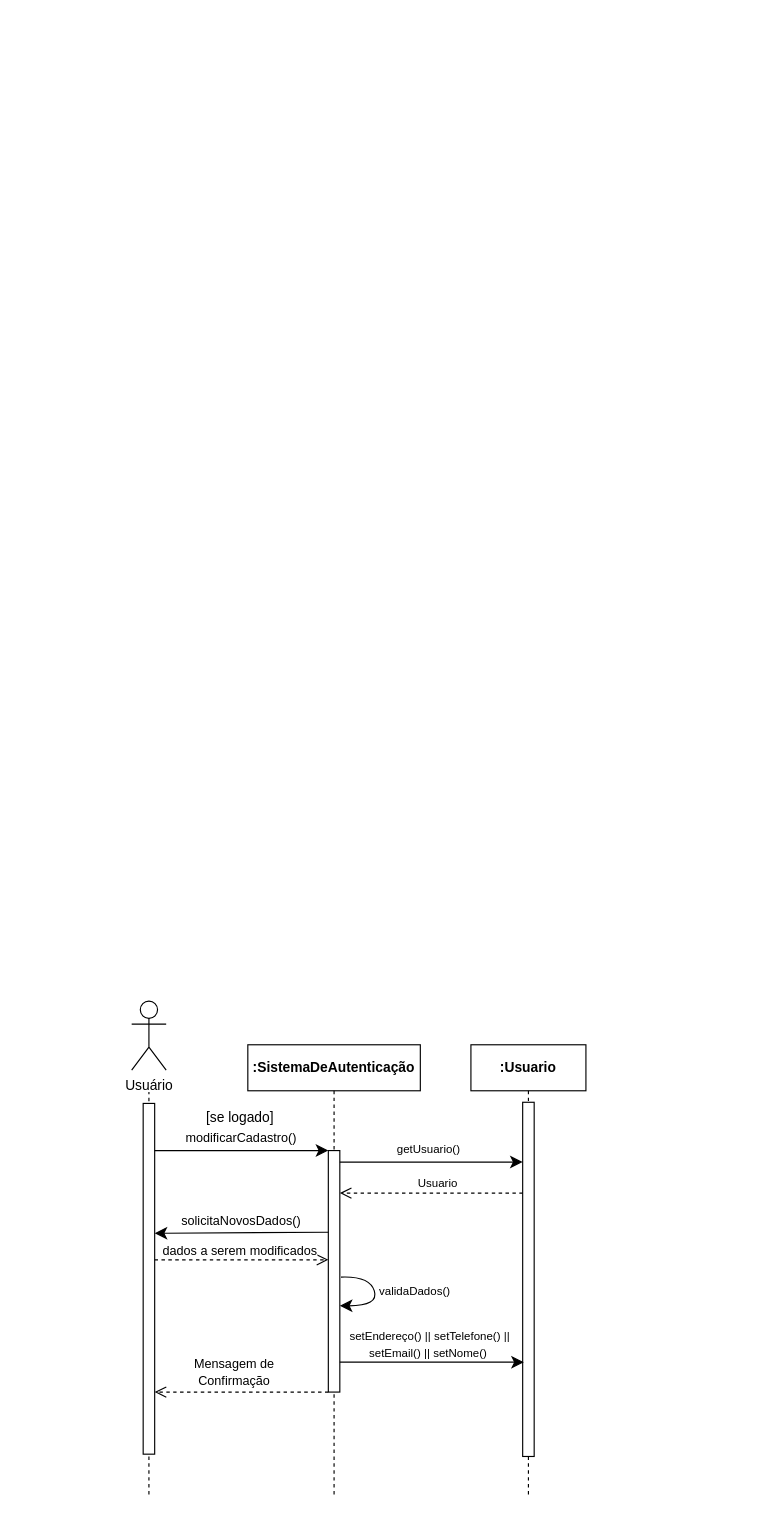
This is diagrama_sequencia/Diagrama_Sequencia_UC06.drawio from gb-cs-rt/home_broker, a draw.io file, before an edit. Source tidied: cells renumbered, new cells numbered last; positions are measured from the earlier drawing's top-left corner, leaving out a move shared by most shapes. Both pictures are drawn from the tidied source at 115%, with x=0, y=0 at pixel (131, 1000).
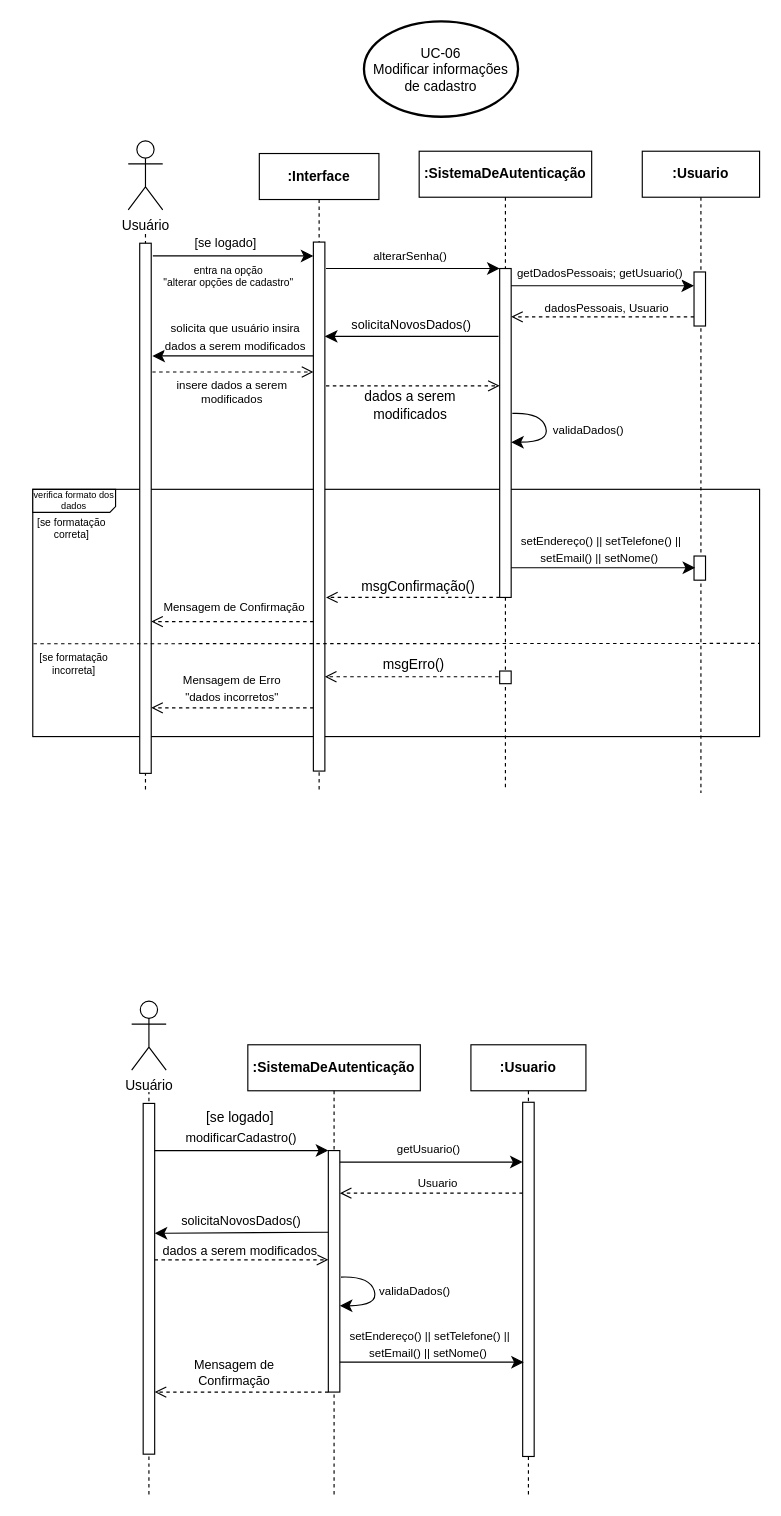
The same diagram, later.

Diff of the diagram source:
```diff
@@
+    <mxCell id="26" style="endArrow=none;dashed=1;html=1;rounded=0;" parent="1" edge="1">
+      <mxGeometry relative="1" as="geometry">
+        <mxPoint x="12" y="-184" as="sourcePoint" />
+        <mxPoint x="12" y="-669" as="targetPoint" />
+      </mxGeometry>
+    </mxCell>
+    <mxCell id="27" value="&lt;b&gt;:Usuario&lt;/b&gt;" style="shape=umlLifeline;perimeter=lifelinePerimeter;whiteSpace=wrap;html=1;newEdgeStyle={&quot;edgeStyle&quot;:&quot;elbowEdgeStyle&quot;,&quot;elbow&quot;:&quot;vertical&quot;,&quot;curved&quot;:0,&quot;rounded&quot;:0};" parent="1" vertex="1">
+      <mxGeometry x="444" y="-739" width="102" height="558" as="geometry" />
+    </mxCell>
+    <mxCell id="28" style="rounded=0;whiteSpace=wrap;html=1;fillColor=none;" parent="27" vertex="1">
+      <mxGeometry x="-530" y="294" width="632" height="215" as="geometry" />
+    </mxCell>
+    <mxCell id="29" style="html=1;points=[];perimeter=orthogonalPerimeter;outlineConnect=0;targetShapes=umlLifeline;portConstraint=eastwest;newEdgeStyle={&quot;edgeStyle&quot;:&quot;elbowEdgeStyle&quot;,&quot;elbow&quot;:&quot;vertical&quot;,&quot;curved&quot;:0,&quot;rounded&quot;:0};" parent="27" vertex="1">
+      <mxGeometry x="45" y="105" width="10" height="47" as="geometry" />
+    </mxCell>
+    <mxCell id="30" style="html=1;perimeter=orthogonalPerimeter;targetShapes=umlLifeline;newEdgeStyle={&quot;edgeStyle&quot;:&quot;elbowEdgeStyle&quot;,&quot;elbow&quot;:&quot;vertical&quot;,&quot;curved&quot;:0,&quot;rounded&quot;:0};" parent="27" vertex="1">
+      <mxGeometry x="45" y="352" width="10" height="21" as="geometry" />
+    </mxCell>
+    <mxCell id="31" style="endArrow=open;html=1;rounded=0;fontSize=12;startSize=8;endSize=8;curved=1;dashed=1;endFill=0;" parent="27" edge="1">
+      <mxGeometry relative="1" as="geometry">
+        <mxPoint x="-125" y="457" as="sourcePoint" />
+        <mxPoint x="-276" y="457" as="targetPoint" />
+      </mxGeometry>
+    </mxCell>
+    <mxCell id="32" value="msgErro()" style="edgeLabel;html=1;align=center;verticalAlign=middle;fontSize=12;" parent="31" vertex="1">
+      <mxGeometry x="0.13" y="-2" relative="1" as="geometry">
+        <mxPoint x="10" y="-9" as="offset" />
+      </mxGeometry>
+    </mxCell>
+    <mxCell id="33" style="endArrow=classic;html=1;rounded=0;fontFamily=Helvetica;fontSize=12;fontColor=default;startSize=8;endSize=8;curved=1;endFill=1;" parent="27" edge="1">
+      <mxGeometry relative="1" as="geometry">
+        <mxPoint x="-125" y="161" as="sourcePoint" />
+        <mxPoint x="-276" y="161" as="targetPoint" />
+      </mxGeometry>
+    </mxCell>
+    <mxCell id="34" value="solicitaNovosDados()" style="edgeLabel;html=1;align=center;verticalAlign=middle;fontSize=11;fontFamily=Helvetica;fontColor=default;fillColor=none;gradientColor=none;" parent="33" vertex="1">
+      <mxGeometry x="0.07" y="2" width="122" height="25" relative="1" as="geometry">
+        <mxPoint x="-56" y="-25" as="offset" />
+      </mxGeometry>
+    </mxCell>
+    <mxCell id="35" style="endArrow=open;html=1;rounded=0;fontSize=12;startSize=8;endSize=8;curved=1;dashed=1;endFill=0;" parent="27" edge="1">
+      <mxGeometry relative="1" as="geometry">
+        <mxPoint x="-124" y="388" as="sourcePoint" />
+        <mxPoint x="-275" y="388" as="targetPoint" />
+      </mxGeometry>
+    </mxCell>
+    <mxCell id="36" value="msgConfirmação()" style="edgeLabel;html=1;align=center;verticalAlign=middle;fontSize=12;" parent="35" vertex="1">
+      <mxGeometry x="0.13" y="-2" relative="1" as="geometry">
+        <mxPoint x="13" y="-8" as="offset" />
+      </mxGeometry>
+    </mxCell>
+    <mxCell id="37" value="&lt;b&gt;:SistemaDeAutenticação&lt;/b&gt;" style="shape=umlLifeline;perimeter=lifelinePerimeter;whiteSpace=wrap;html=1;newEdgeStyle={&quot;edgeStyle&quot;:&quot;elbowEdgeStyle&quot;,&quot;elbow&quot;:&quot;vertical&quot;,&quot;curved&quot;:0,&quot;rounded&quot;:0};" parent="1" vertex="1">
+      <mxGeometry x="250" y="-739" width="150" height="555" as="geometry" />
+    </mxCell>
+    <mxCell id="38" style="html=1;points=[];perimeter=orthogonalPerimeter;outlineConnect=0;targetShapes=umlLifeline;portConstraint=eastwest;newEdgeStyle={&quot;edgeStyle&quot;:&quot;elbowEdgeStyle&quot;,&quot;elbow&quot;:&quot;vertical&quot;,&quot;curved&quot;:0,&quot;rounded&quot;:0};" parent="37" vertex="1">
+      <mxGeometry x="70" y="102" width="10" height="286" as="geometry" />
+    </mxCell>
+    <mxCell id="39" style="html=1;perimeter=orthogonalPerimeter;targetShapes=umlLifeline;newEdgeStyle={&quot;edgeStyle&quot;:&quot;elbowEdgeStyle&quot;,&quot;elbow&quot;:&quot;vertical&quot;,&quot;curved&quot;:0,&quot;rounded&quot;:0};" parent="37" vertex="1">
+      <mxGeometry x="70" y="452" width="10" height="11" as="geometry" />
+    </mxCell>
+    <mxCell id="40" value="Usuário" style="shape=umlActor;verticalLabelPosition=bottom;verticalAlign=top;html=1;" parent="1" vertex="1">
+      <mxGeometry x="-3" y="-748" width="30" height="60" as="geometry" />
+    </mxCell>
+    <mxCell id="41" style="rounded=0;whiteSpace=wrap;html=1;" parent="1" vertex="1">
+      <mxGeometry x="7" y="-659" width="10" height="461" as="geometry" />
+    </mxCell>
+    <mxCell id="42" style="endArrow=classic;html=1;rounded=0;fontFamily=Helvetica;fontSize=12;fontColor=default;startSize=8;endSize=8;curved=1;" parent="1" edge="1" target="38">
+      <mxGeometry relative="1" as="geometry">
+        <mxPoint x="169" y="-637" as="sourcePoint" />
+      </mxGeometry>
+    </mxCell>
+    <mxCell id="43" value="alterarSenha()" style="edgeLabel;html=1;align=center;verticalAlign=middle;fontSize=10;fontFamily=Helvetica;fontColor=default;fillColor=none;gradientColor=none;" parent="42" vertex="1">
+      <mxGeometry x="0.05" width="82" height="24" relative="1" as="geometry">
+        <mxPoint x="-47" y="-23" as="offset" />
+      </mxGeometry>
+    </mxCell>
+    <mxCell id="44" style="endArrow=classic;html=1;rounded=0;fontFamily=Helvetica;fontSize=12;fontColor=default;startSize=8;endSize=8;curved=1;" parent="1" edge="1" target="29">
+      <mxGeometry relative="1" as="geometry">
+        <mxPoint x="330" y="-622" as="sourcePoint" />
+      </mxGeometry>
+    </mxCell>
+    <mxCell id="45" value="getDadosPessoais; getUsuario()" style="edgeLabel;html=1;align=center;verticalAlign=middle;fontSize=10;fontFamily=Helvetica;fontColor=default;fillColor=none;gradientColor=none;" parent="44" vertex="1">
+      <mxGeometry x="-0.03" y="1" width="162" height="24" relative="1" as="geometry">
+        <mxPoint x="-81" y="-22" as="offset" />
+      </mxGeometry>
+    </mxCell>
+    <mxCell id="46" style="endArrow=open;html=1;rounded=0;fontFamily=Helvetica;fontSize=12;fontColor=default;startSize=8;endSize=8;curved=1;dashed=1;endFill=0;" parent="1" edge="1">
+      <mxGeometry relative="1" as="geometry">
+        <mxPoint x="489" y="-595" as="sourcePoint" />
+        <mxPoint x="330" y="-595" as="targetPoint" />
+      </mxGeometry>
+    </mxCell>
+    <mxCell id="47" value="dadosPessoais, Usuario" style="edgeLabel;html=1;align=center;verticalAlign=middle;fontSize=10;fontFamily=Helvetica;fontColor=default;fillColor=none;gradientColor=none;" parent="1" vertex="1">
+      <mxGeometry x="350" y="-615" width="126" height="24" as="geometry" />
+    </mxCell>
+    <mxCell id="48" style="endArrow=classic;html=1;rounded=0;fontFamily=Helvetica;fontSize=12;fontColor=default;startSize=8;endSize=8;curved=1;" parent="1" edge="1">
+      <mxGeometry relative="1" as="geometry">
+        <mxPoint x="331" y="-511" as="sourcePoint" />
+        <mxPoint x="330" y="-486" as="targetPoint" />
+        <Array as="points">
+          <mxPoint x="356" y="-512" />
+          <mxPoint x="364" y="-486" />
+        </Array>
+      </mxGeometry>
+    </mxCell>
+    <mxCell id="49" value="validaDados()" style="edgeLabel;html=1;align=center;verticalAlign=middle;fontSize=10;fontFamily=Helvetica;fontColor=default;fillColor=none;gradientColor=none;" parent="48" vertex="1">
+      <mxGeometry x="-0.1" width="80" height="24" relative="1" as="geometry">
+        <mxPoint x="-3" y="-10" as="offset" />
+      </mxGeometry>
+    </mxCell>
+    <mxCell id="50" value="[se formatação&lt;div&gt;correta]&lt;/div&gt;" style="text;html=1;align=center;verticalAlign=middle;whiteSpace=wrap;rounded=0;fontSize=9;" parent="1" vertex="1">
+      <mxGeometry x="-97" y="-426" width="90" height="30" as="geometry" />
+    </mxCell>
+    <mxCell id="51" value="UC-06&lt;div&gt;Modificar informações&lt;/div&gt;&lt;div&gt;de cadastro&lt;/div&gt;" style="strokeWidth=2;html=1;shape=mxgraph.flowchart.start_1;whiteSpace=wrap;" parent="1" vertex="1">
+      <mxGeometry x="202" y="-852" width="134" height="83" as="geometry" />
+    </mxCell>
+    <mxCell id="52" value="&lt;b&gt;:Interface&lt;/b&gt;" style="shape=umlLifeline;perimeter=lifelinePerimeter;whiteSpace=wrap;html=1;newEdgeStyle={&quot;edgeStyle&quot;:&quot;elbowEdgeStyle&quot;,&quot;elbow&quot;:&quot;vertical&quot;,&quot;curved&quot;:0,&quot;rounded&quot;:0};" parent="1" vertex="1">
+      <mxGeometry x="111" y="-737" width="104" height="556" as="geometry" />
+    </mxCell>
+    <mxCell id="53" style="html=1;points=[];perimeter=orthogonalPerimeter;outlineConnect=0;targetShapes=umlLifeline;portConstraint=eastwest;newEdgeStyle={&quot;edgeStyle&quot;:&quot;elbowEdgeStyle&quot;,&quot;elbow&quot;:&quot;vertical&quot;,&quot;curved&quot;:0,&quot;rounded&quot;:0};" parent="52" vertex="1">
+      <mxGeometry x="47" y="77" width="10" height="460" as="geometry" />
+    </mxCell>
+    <mxCell id="54" style="endArrow=classic;html=1;rounded=0;fontSize=12;startSize=8;endSize=8;curved=1;exitX=1.14;exitY=0.024;exitDx=0;exitDy=0;exitPerimeter=0;" parent="1" edge="1" source="41" target="53">
+      <mxGeometry relative="1" as="geometry" />
+    </mxCell>
+    <mxCell id="55" value="&lt;span style=&quot;font-size: 9px;&quot;&gt;entra na opção&lt;/span&gt;&lt;div style=&quot;font-size: 9px;&quot;&gt;&lt;span style=&quot;font-size: 9px;&quot;&gt;&quot;alterar opções de cadastro&quot;&lt;/span&gt;&lt;/div&gt;" style="edgeLabel;html=1;align=center;verticalAlign=middle;fontSize=9;" parent="54" vertex="1">
+      <mxGeometry x="-0.16" y="1" relative="1" as="geometry">
+        <mxPoint x="6" y="18" as="offset" />
+      </mxGeometry>
+    </mxCell>
+    <mxCell id="56" style="endArrow=open;html=1;rounded=0;fontSize=12;startSize=8;endSize=8;curved=1;dashed=1;endFill=0;" parent="1" edge="1">
+      <mxGeometry relative="1" as="geometry">
+        <mxPoint x="158" y="-330" as="sourcePoint" />
+        <mxPoint x="17" y="-330" as="targetPoint" />
+      </mxGeometry>
+    </mxCell>
+    <mxCell id="57" value="&lt;font style=&quot;font-size: 10px;&quot;&gt;Mensagem de Confirmação&lt;/font&gt;" style="edgeLabel;html=1;align=center;verticalAlign=middle;fontSize=12;" parent="56" vertex="1">
+      <mxGeometry x="0.13" y="-2" relative="1" as="geometry">
+        <mxPoint x="10" y="-12" as="offset" />
+      </mxGeometry>
+    </mxCell>
+    <mxCell id="58" style="endArrow=open;html=1;rounded=0;fontSize=12;startSize=8;endSize=8;curved=1;dashed=1;endFill=0;" parent="1" edge="1">
+      <mxGeometry relative="1" as="geometry">
+        <mxPoint x="158" y="-255" as="sourcePoint" />
+        <mxPoint x="17" y="-255" as="targetPoint" />
+      </mxGeometry>
+    </mxCell>
+    <mxCell id="59" value="&lt;font style=&quot;font-size: 10px;&quot;&gt;Mensagem de Erro&lt;/font&gt;&lt;div&gt;&lt;span style=&quot;font-size: 10px;&quot;&gt;&quot;dados incorretos&quot;&lt;/span&gt;&lt;/div&gt;" style="edgeLabel;html=1;align=center;verticalAlign=middle;fontSize=12;" parent="58" vertex="1">
+      <mxGeometry x="0.13" y="-2" relative="1" as="geometry">
+        <mxPoint x="8" y="-16" as="offset" />
+      </mxGeometry>
+    </mxCell>
+    <mxCell id="60" value="[se formatação&lt;div&gt;incorreta]&lt;/div&gt;" style="text;html=1;align=center;verticalAlign=middle;whiteSpace=wrap;rounded=0;fontSize=9;" parent="1" vertex="1">
+      <mxGeometry x="-97" y="-308" width="94" height="30" as="geometry" />
+    </mxCell>
+    <mxCell id="61" value="[se logado]" style="text;html=1;align=center;verticalAlign=middle;whiteSpace=wrap;rounded=0;fontSize=11;" parent="1" vertex="1">
+      <mxGeometry x="35" y="-674" width="94" height="30" as="geometry" />
+    </mxCell>
+    <mxCell id="62" style="endArrow=classic;html=1;rounded=0;fontSize=12;startSize=8;endSize=8;curved=1;" parent="1" edge="1">
+      <mxGeometry relative="1" as="geometry">
+        <mxPoint x="158" y="-561" as="sourcePoint" />
+        <mxPoint x="18" y="-561" as="targetPoint" />
+      </mxGeometry>
+    </mxCell>
+    <mxCell id="63" value="&lt;font style=&quot;font-size: 10px;&quot;&gt;solicita que usuário insira&lt;/font&gt;&lt;div&gt;&lt;font style=&quot;font-size: 10px;&quot;&gt;dados a serem modificados&lt;/font&gt;&lt;/div&gt;" style="edgeLabel;html=1;align=center;verticalAlign=middle;fontSize=12;" parent="62" vertex="1">
+      <mxGeometry x="-0.03" y="1" relative="1" as="geometry">
+        <mxPoint x="-1" y="-19" as="offset" />
+      </mxGeometry>
+    </mxCell>
+    <mxCell id="64" style="endArrow=open;html=1;rounded=0;fontSize=12;startSize=8;endSize=8;curved=1;dashed=1;endFill=0;" parent="1" edge="1">
+      <mxGeometry relative="1" as="geometry">
+        <mxPoint x="18" y="-547" as="sourcePoint" />
+        <mxPoint x="158" y="-547" as="targetPoint" />
+      </mxGeometry>
+    </mxCell>
+    <mxCell id="65" value="insere dados a serem&lt;div&gt;modificados&lt;/div&gt;" style="edgeLabel;html=1;align=center;verticalAlign=middle;fontSize=10;" parent="64" vertex="1">
+      <mxGeometry x="-0.08" relative="1" as="geometry">
+        <mxPoint x="4" y="16" as="offset" />
+      </mxGeometry>
+    </mxCell>
+    <mxCell id="66" style="endArrow=open;html=1;rounded=0;fontSize=12;startSize=8;endSize=8;curved=1;dashed=1;endFill=0;" parent="1" edge="1">
+      <mxGeometry relative="1" as="geometry">
+        <mxPoint x="169" y="-535" as="sourcePoint" />
+        <mxPoint x="320" y="-535" as="targetPoint" />
+      </mxGeometry>
+    </mxCell>
+    <mxCell id="67" value="dados a serem&lt;div&gt;modificados&lt;/div&gt;" style="edgeLabel;html=1;align=center;verticalAlign=middle;fontSize=12;" parent="66" vertex="1">
+      <mxGeometry x="-0.08" relative="1" as="geometry">
+        <mxPoint x="3" y="16" as="offset" />
+      </mxGeometry>
+    </mxCell>
+    <mxCell id="68" value="verifica formato dos dados" style="verticalLabelPosition=middle;verticalAlign=middle;html=1;shape=card;whiteSpace=wrap;size=5;arcSize=12;labelPosition=center;align=center;flipH=1;flipV=1;fontSize=8;" parent="1" vertex="1">
+      <mxGeometry x="-86" y="-445" width="72" height="20" as="geometry" />
+    </mxCell>
+    <mxCell id="69" style="endArrow=classic;html=1;rounded=0;fontSize=12;startSize=8;endSize=8;curved=1;" parent="1" edge="1">
+      <mxGeometry relative="1" as="geometry">
+        <mxPoint x="330" y="-376.8" as="sourcePoint" />
+        <mxPoint x="490" y="-376.8" as="targetPoint" />
+      </mxGeometry>
+    </mxCell>
+    <mxCell id="70" value="&lt;font style=&quot;font-size: 10px;&quot;&gt;setEndereço() || setTelefone() ||&lt;/font&gt;&lt;div&gt;&lt;font style=&quot;font-size: 10px;&quot;&gt;setEmail() || setNome()&amp;nbsp;&lt;/font&gt;&lt;/div&gt;" style="edgeLabel;html=1;align=center;verticalAlign=middle;fontSize=12;" parent="69" vertex="1">
+      <mxGeometry x="-0.21" y="2" relative="1" as="geometry">
+        <mxPoint x="14" y="-15" as="offset" />
+      </mxGeometry>
+    </mxCell>
+    <mxCell id="71" style="endArrow=none;dashed=1;html=1;rounded=0;entryX=0.999;entryY=0.703;entryDx=0;entryDy=0;entryPerimeter=0;exitX=0;exitY=0.704;exitDx=0;exitDy=0;exitPerimeter=0;" parent="1" edge="1">
+      <mxGeometry relative="1" as="geometry">
+        <mxPoint x="-85.4" y="-310.7" as="sourcePoint" />
+        <mxPoint x="546" y="-311" as="targetPoint" />
+      </mxGeometry>
+    </mxCell>
```
